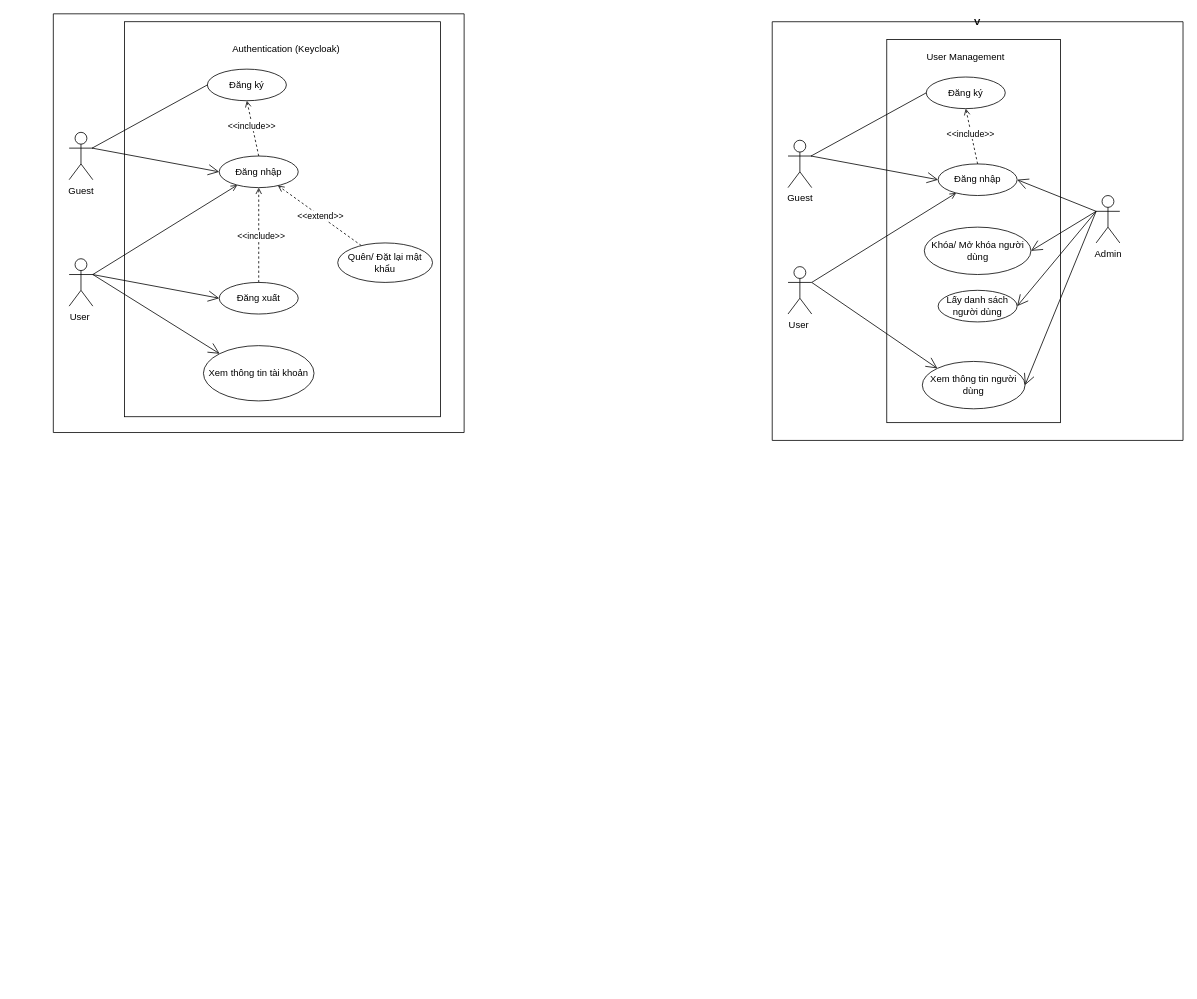
Earlier version of the draw.io diagram Mlog Diagrams.drawio (4-I-Projects/Mlog_Backend). Source tidied: cells renumbered, new cells numbered last; positions are measured from the earlier drawing's top-left corner, leaving out a move shared by most shapes. Both pictures are drawn from the tidied source at 79%, with x=0, y=0 at pixel (53, 13).
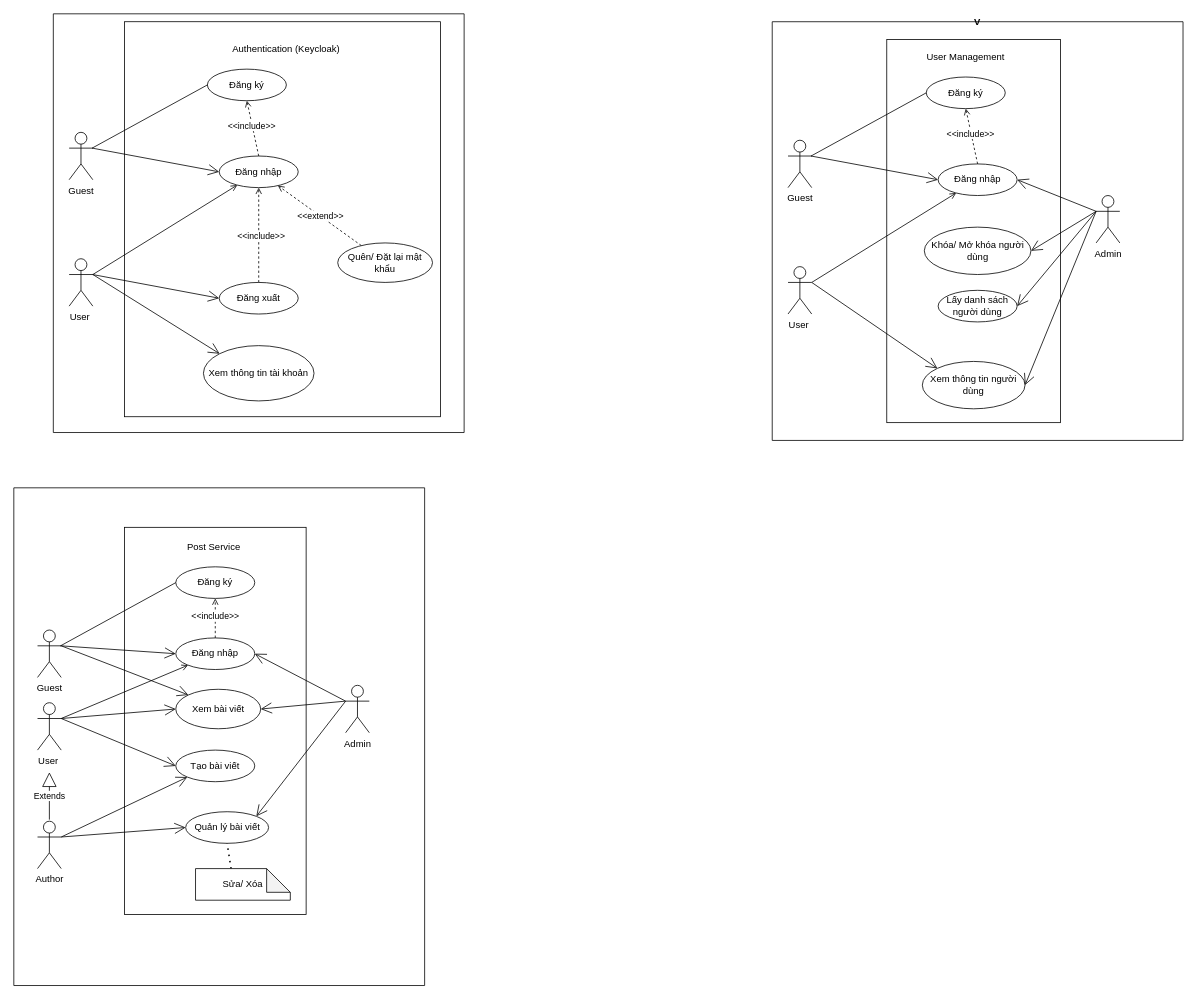
The same page after the edit.

Commit message:
Post Service

The edit, as a diff of the source:
```diff
@@
+    <mxCell id="44" style="swimlane;startSize=0;" parent="1" vertex="1">
+      <mxGeometry x="-50" y="600" width="520" height="630" as="geometry" />
+    </mxCell>
+    <mxCell id="45" style="rounded=0;whiteSpace=wrap;html=1;fillColor=none;" parent="44" vertex="1">
+      <mxGeometry x="140" y="50" width="230" height="490" as="geometry" />
+    </mxCell>
+    <mxCell id="46" value="Guest" style="shape=umlActor;verticalLabelPosition=bottom;verticalAlign=top;html=1;labelBackgroundColor=none;" parent="44" vertex="1">
+      <mxGeometry x="30" y="180" width="30" height="60" as="geometry" />
+    </mxCell>
+    <mxCell id="47" value="Đăng ký" style="ellipse;whiteSpace=wrap;html=1;align=center;labelBackgroundColor=none;" parent="44" vertex="1">
+      <mxGeometry x="205" y="100" width="100" height="40" as="geometry" />
+    </mxCell>
+    <mxCell id="48" value="Đăng nhập" style="ellipse;whiteSpace=wrap;html=1;align=center;labelBackgroundColor=none;" parent="44" vertex="1">
+      <mxGeometry x="205" y="190" width="100" height="40" as="geometry" />
+    </mxCell>
+    <mxCell id="49" value="Tạo bài viết" style="ellipse;whiteSpace=wrap;html=1;align=center;labelBackgroundColor=none;" parent="44" vertex="1">
+      <mxGeometry x="205" y="332" width="100" height="40" as="geometry" />
+    </mxCell>
+    <mxCell id="50" value="User&amp;nbsp;" style="shape=umlActor;verticalLabelPosition=bottom;verticalAlign=top;html=1;labelBackgroundColor=none;" parent="44" vertex="1">
+      <mxGeometry x="30" y="272" width="30" height="60" as="geometry" />
+    </mxCell>
+    <mxCell id="51" style="html=1;verticalAlign=bottom;labelBackgroundColor=none;endArrow=open;endFill=0;dashed=1;rounded=0;exitX=0.5;exitY=0;exitDx=0;exitDy=0;entryX=0.5;entryY=1;entryDx=0;entryDy=0;" parent="44" edge="1" source="48" target="47">
+      <mxGeometry relative="1" as="geometry" />
+    </mxCell>
+    <mxCell id="52" value="&amp;lt;&amp;lt;include&amp;gt;&amp;gt;" style="edgeLabel;html=1;align=center;verticalAlign=middle;" parent="51" vertex="1">
+      <mxGeometry x="0.11" y="1" relative="1" as="geometry" />
+    </mxCell>
+    <mxCell id="53" value="Quản lý bài viết" style="ellipse;whiteSpace=wrap;html=1;" parent="44" vertex="1">
+      <mxGeometry x="217.5" y="410" width="105" height="40" as="geometry" />
+    </mxCell>
+    <mxCell id="54" style="endArrow=none;endFill=0;html=1;rounded=0;entryX=0;entryY=0.5;entryDx=0;entryDy=0;exitX=0.973;exitY=0.333;exitDx=0;exitDy=0;exitPerimeter=0;" parent="44" edge="1" source="46" target="47">
+      <mxGeometry relative="1" as="geometry" />
+    </mxCell>
+    <mxCell id="55" style="endArrow=open;endFill=1;endSize=12;html=1;rounded=0;entryX=0;entryY=0.5;entryDx=0;entryDy=0;exitX=0.968;exitY=0.333;exitDx=0;exitDy=0;exitPerimeter=0;" parent="44" edge="1" source="46" target="48">
+      <mxGeometry relative="1" as="geometry" />
+    </mxCell>
+    <mxCell id="56" style="endArrow=open;html=1;rounded=0;endFill=0;exitX=1;exitY=0.3333333333333333;exitDx=0;exitDy=0;exitPerimeter=0;" parent="44" edge="1" source="50" target="48">
+      <mxGeometry relative="1" as="geometry" />
+    </mxCell>
+    <mxCell id="57" value="Post Service&amp;nbsp;" style="text;html=1;whiteSpace=wrap;strokeColor=none;fillColor=none;align=center;verticalAlign=middle;rounded=0;labelBackgroundColor=none;" parent="44" vertex="1">
+      <mxGeometry x="155" y="50" width="200" height="50" as="geometry" />
+    </mxCell>
+    <mxCell id="58" value="Admin" style="shape=umlActor;verticalLabelPosition=bottom;verticalAlign=top;html=1;outlineConnect=0;" parent="44" vertex="1">
+      <mxGeometry x="420" y="250" width="30" height="60" as="geometry" />
+    </mxCell>
+    <mxCell id="59" style="endArrow=open;endFill=1;endSize=12;html=1;rounded=0;entryX=1;entryY=0.5;entryDx=0;entryDy=0;exitX=0;exitY=0.3333333333333333;exitDx=0;exitDy=0;exitPerimeter=0;" parent="44" edge="1" source="58" target="48">
+      <mxGeometry relative="1" as="geometry" />
+    </mxCell>
+    <mxCell id="60" value="Xem bài viết" style="ellipse;whiteSpace=wrap;html=1;" parent="44" vertex="1">
+      <mxGeometry x="205" y="255" width="107.5" height="50" as="geometry" />
+    </mxCell>
+    <mxCell id="61" style="endArrow=open;endFill=1;endSize=12;html=1;rounded=0;entryX=0;entryY=0.5;entryDx=0;entryDy=0;exitX=1;exitY=0.3333333333333333;exitDx=0;exitDy=0;exitPerimeter=0;" parent="44" edge="1" source="50" target="49">
+      <mxGeometry relative="1" as="geometry" />
+    </mxCell>
+    <mxCell id="62" style="endArrow=open;endFill=1;endSize=12;html=1;rounded=0;entryX=0;entryY=0.5;entryDx=0;entryDy=0;exitX=1;exitY=0.3333333333333333;exitDx=0;exitDy=0;exitPerimeter=0;" parent="44" edge="1" source="50" target="60">
+      <mxGeometry relative="1" as="geometry" />
+    </mxCell>
+    <mxCell id="63" style="endArrow=open;endFill=1;endSize=12;html=1;rounded=0;entryX=0;entryY=0;entryDx=0;entryDy=0;exitX=1;exitY=0.3333333333333333;exitDx=0;exitDy=0;exitPerimeter=0;" parent="44" edge="1" source="46" target="60">
+      <mxGeometry relative="1" as="geometry" />
+    </mxCell>
+    <mxCell id="64" value="Author" style="shape=umlActor;verticalLabelPosition=bottom;verticalAlign=top;html=1;" parent="44" vertex="1">
+      <mxGeometry x="30" y="422" width="30" height="60" as="geometry" />
+    </mxCell>
+    <mxCell id="65" style="endArrow=open;endFill=1;endSize=12;html=1;rounded=0;exitX=1;exitY=0.3333333333333333;exitDx=0;exitDy=0;exitPerimeter=0;entryX=0;entryY=1;entryDx=0;entryDy=0;" parent="44" edge="1" source="64" target="49">
+      <mxGeometry relative="1" as="geometry" />
+    </mxCell>
+    <mxCell id="66" style="endArrow=open;endFill=1;endSize=12;html=1;rounded=0;exitX=1;exitY=0.3333333333333333;exitDx=0;exitDy=0;exitPerimeter=0;entryX=0;entryY=0.5;entryDx=0;entryDy=0;" parent="44" edge="1" source="64" target="53">
+      <mxGeometry relative="1" as="geometry" />
+    </mxCell>
+    <mxCell id="67" style="endArrow=open;endFill=1;endSize=12;html=1;rounded=0;exitX=0;exitY=0.3333333333333333;exitDx=0;exitDy=0;exitPerimeter=0;entryX=1;entryY=0;entryDx=0;entryDy=0;" parent="44" edge="1" source="58" target="53">
+      <mxGeometry relative="1" as="geometry" />
+    </mxCell>
+    <mxCell id="68" style="endArrow=none;dashed=1;html=1;dashPattern=1 3;strokeWidth=2;rounded=0;exitX=0;exitY=0;exitDx=45;exitDy=0;entryX=0.5;entryY=1;entryDx=0;entryDy=0;exitPerimeter=0;" parent="44" edge="1" source="69" target="53">
+      <mxGeometry relative="1" as="geometry" />
+    </mxCell>
+    <mxCell id="69" value="Sửa/ Xóa" style="shape=note;whiteSpace=wrap;html=1;backgroundOutline=1;darkOpacity=0.05;" parent="44" vertex="1">
+      <mxGeometry x="230" y="482" width="120" height="40" as="geometry" />
+    </mxCell>
+    <mxCell id="70" style="endArrow=open;endFill=1;endSize=12;html=1;rounded=0;entryX=1;entryY=0.5;entryDx=0;entryDy=0;exitX=0;exitY=0.3333333333333333;exitDx=0;exitDy=0;exitPerimeter=0;" parent="44" edge="1" source="58" target="60">
+      <mxGeometry relative="1" as="geometry" />
+    </mxCell>
+    <mxCell id="71" value="Extends" style="endArrow=block;endSize=16;endFill=0;html=1;rounded=0;" parent="44" edge="1">
+      <mxGeometry relative="1" as="geometry">
+        <mxPoint x="45" y="420" as="sourcePoint" />
+        <mxPoint x="45" y="360" as="targetPoint" />
+      </mxGeometry>
+    </mxCell>
```
